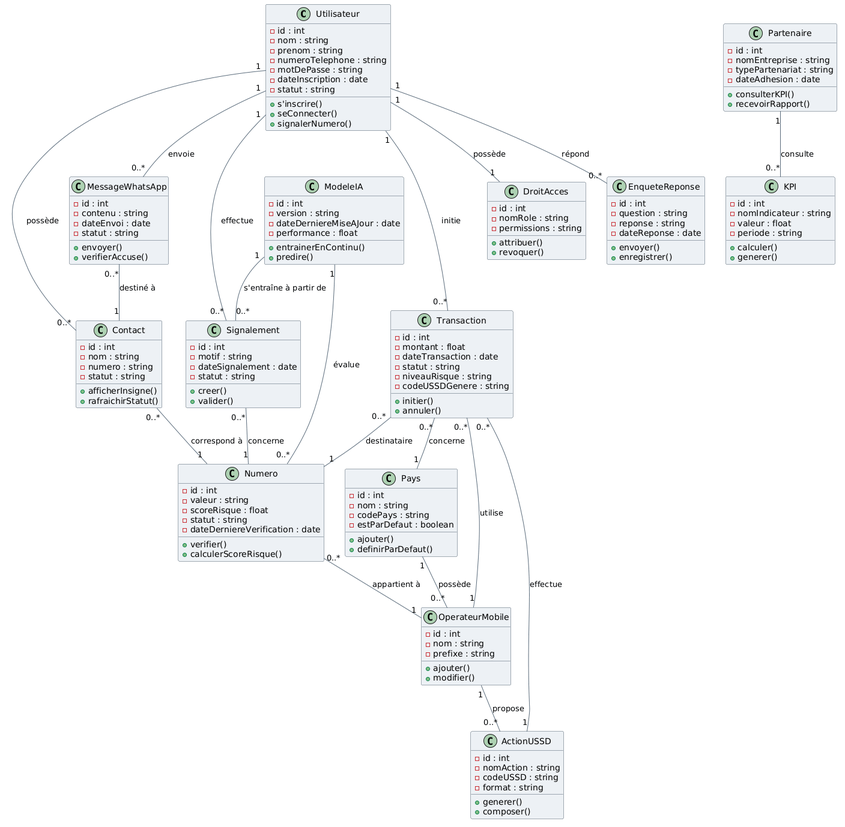
Earlier version of the PlantUML export Diagrammes/Diagrammes de Classe/Kwismo.png (kwismo-support/Kwismo).
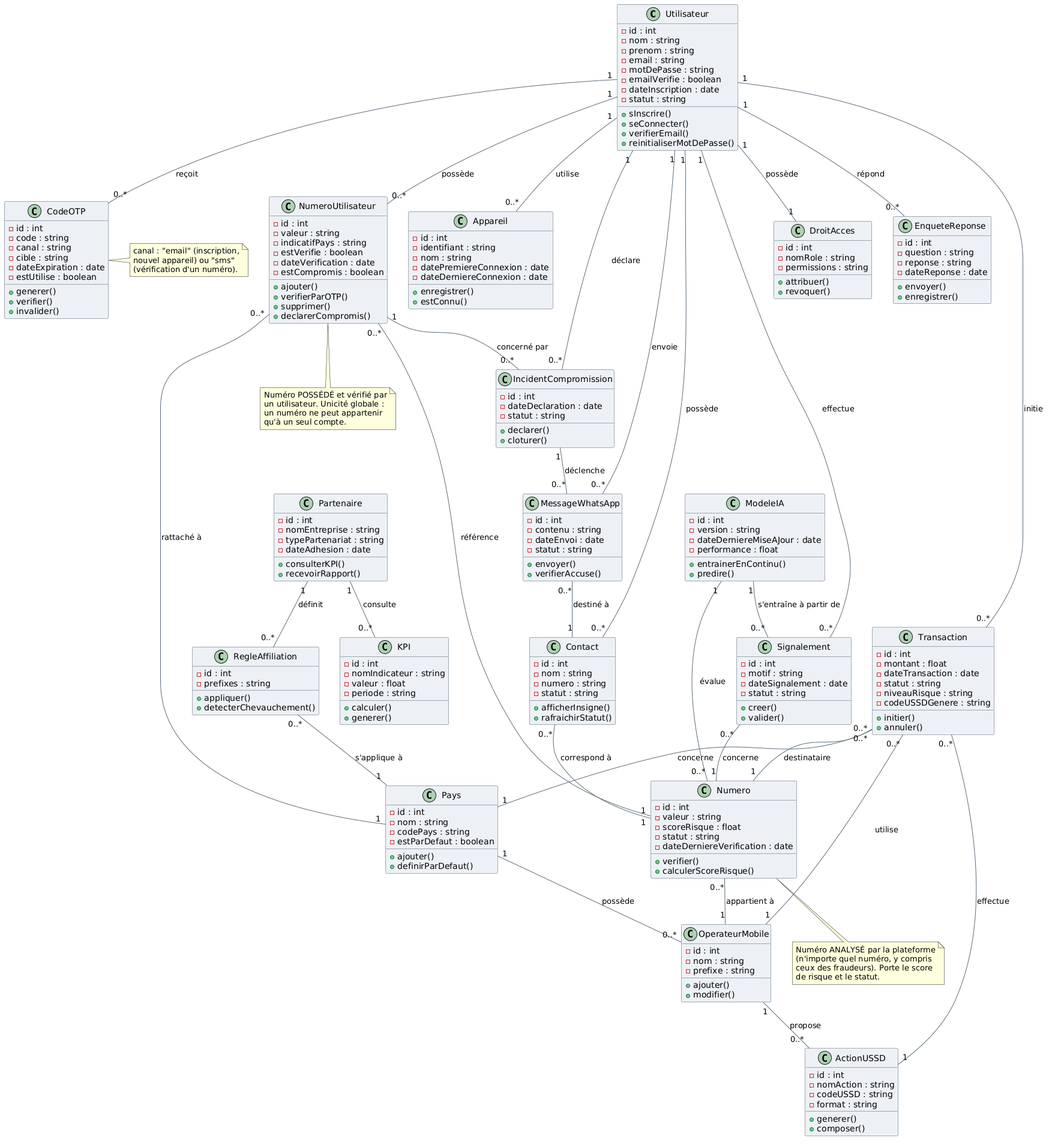
After the change.

Change to the diagram source:
```diff
@@ -11,13 +11,50 @@
   - id : int
   - nom : string
   - prenom : string
-  - numeroTelephone : string
+  - email : string
   - motDePasse : string
+  - emailVerifie : boolean
   - dateInscription : date
   - statut : string
-  + s'inscrire()
+  + sInscrire()
   + seConnecter()
-  + signalerNumero()
+  + verifierEmail()
+  + reinitialiserMotDePasse()
+}
+
+class NumeroUtilisateur {
+  - id : int
+  - valeur : string
+  - indicatifPays : string
+  - estVerifie : boolean
+  - dateVerification : date
+  - estCompromis : boolean
+  + ajouter()
+  + verifierParOTP()
+  + supprimer()
+  + declarerCompromis()
+}
+
+class CodeOTP {
+  - id : int
+  - code : string
+  - canal : string
+  - cible : string
+  - dateExpiration : date
+  - estUtilise : boolean
+  + generer()
+  + verifier()
+  + invalider()
+}
+
+class Appareil {
+  - id : int
+  - identifiant : string
+  - nom : string
+  - datePremiereConnexion : date
+  - dateDerniereConnexion : date
+  + enregistrer()
+  + estConnu()
 }
 
 class Contact {
@@ -46,6 +83,14 @@
   - statut : string
   + creer()
   + valider()
+}
+
+class IncidentCompromission {
+  - id : int
+  - dateDeclaration : date
+  - statut : string
+  + declarer()
+  + cloturer()
 }
 
 class Pays {
@@ -81,6 +126,13 @@
   - dateAdhesion : date
   + consulterKPI()
   + recevoirRapport()
+}
+
+class RegleAffiliation {
+  - id : int
+  - prefixes : string
+  + appliquer()
+  + detecterChevauchement()
 }
 
 class Transaction {
@@ -138,6 +190,14 @@
   + verifierAccuse()
 }
 
+Utilisateur "1" -- "0..*" NumeroUtilisateur : possède
+Utilisateur "1" -- "0..*" CodeOTP : reçoit
+Utilisateur "1" -- "0..*" Appareil : utilise
+Utilisateur "1" -- "0..*" IncidentCompromission : déclare
+NumeroUtilisateur "1" -- "0..*" IncidentCompromission : concerné par
+NumeroUtilisateur "0..*" -- "1" Numero : référence
+NumeroUtilisateur "0..*" -- "1" Pays : rattaché à
+
 Utilisateur "1" -- "0..*" Signalement : effectue
 Utilisateur "1" -- "0..*" Transaction : initie
 Utilisateur "1" -- "0..*" EnqueteReponse : répond
@@ -145,6 +205,7 @@
 Utilisateur "1" -- "0..*" Contact : possède
 Utilisateur "1" -- "0..*" MessageWhatsApp : envoie
 
+IncidentCompromission "1" -- "0..*" MessageWhatsApp : déclenche
 Contact "0..*" -- "1" Numero : correspond à
 MessageWhatsApp "0..*" -- "1" Contact : destiné à
 
@@ -160,6 +221,29 @@
 Transaction "0..*" -- "1" ActionUSSD : effectue
 
 Partenaire "1" -- "0..*" KPI : consulte
+Partenaire "1" -- "0..*" RegleAffiliation : définit
+RegleAffiliation "0..*" -- "1" Pays : s'applique à
+
 ModeleIA "1" -- "0..*" Signalement : s'entraîne à partir de
 ModeleIA "1" -- "0..*" Numero : évalue
+
+note bottom of NumeroUtilisateur
+  Numéro POSSÉDÉ et vérifié par
+  un utilisateur. Unicité globale :
+  un numéro ne peut appartenir
+  qu'à un seul compte.
+end note
+
+note bottom of Numero
+  Numéro ANALYSÉ par la plateforme
+  (n'importe quel numéro, y compris
+  ceux des fraudeurs). Porte le score
+  de risque et le statut.
+end note
+
+note right of CodeOTP
+  canal : "email" (inscription,
+  nouvel appareil) ou "sms"
+  (vérification d'un numéro).
+end note
 @enduml
```
